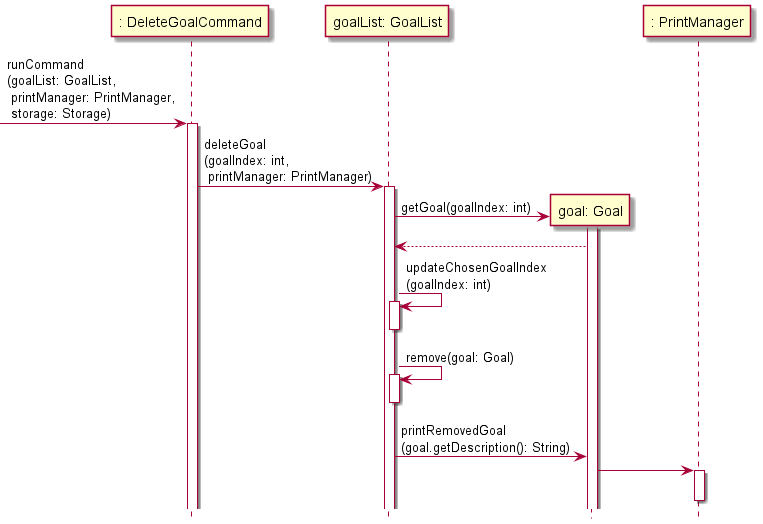
Before: docs/Diagram_Images/Implementation_Diagram_Images/DeleteGoalCommandSequenceDiagram.png, a diagram exported from PlantUML (nus-cs2113-AY2122S1/tp).
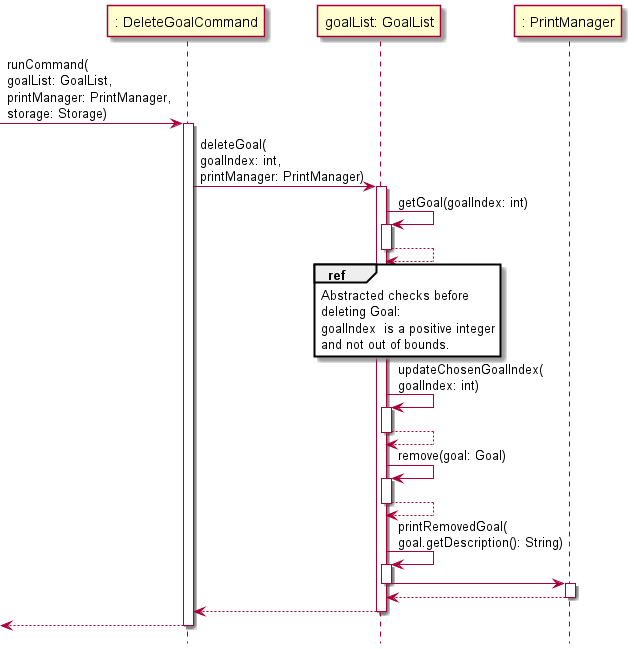
The same file after the commit.

Commit message:
Update DeleteGoalCommand Diagram

What changed in the source:
```diff
@@ -2,30 +2,41 @@
 
 !include Style.puml
 
--> ": DeleteGoalCommand": runCommand\n(goalList: GoalList,\n printManager: PrintManager,\n storage: Storage)
+-> ": DeleteGoalCommand": runCommand(\ngoalList: GoalList,\nprintManager: PrintManager,\nstorage: Storage)
 activate ": DeleteGoalCommand"
 
-": DeleteGoalCommand" -> "goalList: GoalList": deleteGoal\n(goalIndex: int,\n printManager: PrintManager)
+": DeleteGoalCommand" -> "goalList: GoalList": deleteGoal(\ngoalIndex: int,\nprintManager: PrintManager)
 activate "goalList: GoalList"
 
-create "goal: Goal"
-"goalList: GoalList" -> "goal: Goal": getGoal(goalIndex: int)
-activate "goal: Goal"
-"goalList: GoalList" <-- "goal: Goal"
+"goalList: GoalList" -> "goalList: GoalList": getGoal(goalIndex: int)
+activate "goalList: GoalList"
+"goalList: GoalList" --> "goalList: GoalList"
+deactivate "goalList: GoalList"
 
+ref over "goalList: GoalList": Abstracted checks before\ndeleting Goal:\ngoalIndex  is a positive integer \nand not out of bounds.
 
-"goalList: GoalList" -> "goalList: GoalList": updateChosenGoalIndex\n(goalIndex: int)
+"goalList: GoalList" -> "goalList: GoalList": updateChosenGoalIndex(\ngoalIndex: int)
 activate "goalList: GoalList"
+"goalList: GoalList" --> "goalList: GoalList"
 deactivate "goalList: GoalList"
 
 "goalList: GoalList" -> "goalList: GoalList": remove(goal: Goal)
 activate "goalList: GoalList"
+"goalList: GoalList" --> "goalList: GoalList"
 deactivate "goalList: GoalList"
 
-"goalList: GoalList" -> "goal: Goal": printRemovedGoal\n(goal.getDescription(): String)
 
-"goal: Goal" -> ": PrintManager"
+"goalList: GoalList" -> "goalList: GoalList": printRemovedGoal(\ngoal.getDescription(): String)
+activate "goalList: GoalList"
+"goalList: GoalList" -> ": PrintManager"
+deactivate "goalList: GoalList"
+
 activate ": PrintManager"
+"goalList: GoalList" <-- ": PrintManager"
 deactivate ": PrintManager"
 
+return
+
+return
+
 @enduml
```
